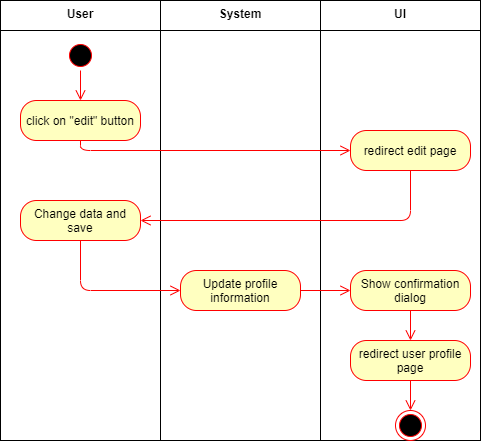
LorenzSeufert/CeangalMessenger---Documentation keeps this draw.io diagram as Diagrams/Activity Diagrams/EditUserProfileActivityDiagram.png. Above is the earlier version. Source tidied: cells renumbered, new cells last; positions are measured from the earlier drawing's top-left corner, leaving out a move shared by most shapes.
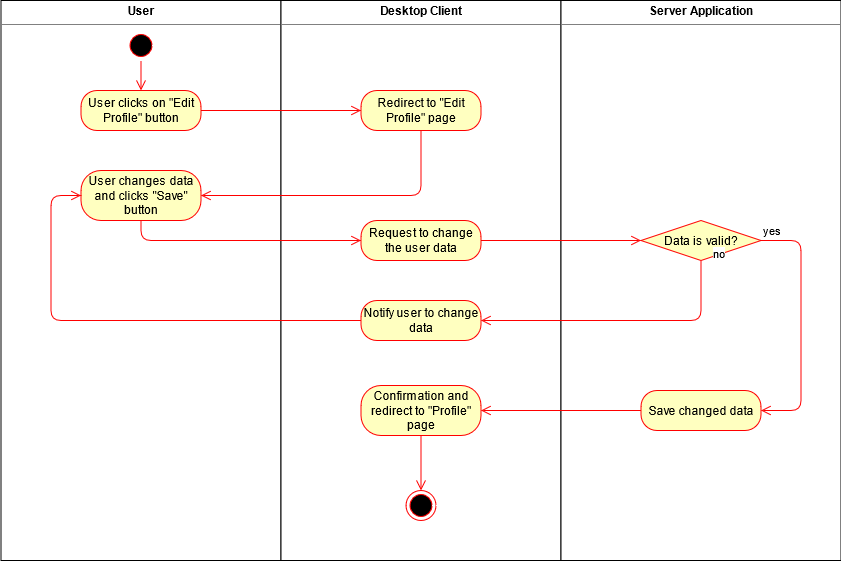
The same file after the commit.

The edit, as a diff of the source:
```diff
@@ -2,83 +2,101 @@
   <root>
     <mxCell id="0" style="html=1;" />
     <mxCell id="1" style="html=1;" parent="0" />
-    <mxCell id="2" style="shape=folder;fontStyle=1;spacingTop=10;tabWidth=160;tabHeight=30;tabPosition=left;html=1;" parent="1" vertex="1">
-      <mxGeometry width="160" height="440" as="geometry" />
-    </mxCell>
-    <mxCell id="3" value="User" style="text;align=center;fontStyle=1;verticalAlign=middle;spacingLeft=3;spacingRight=3;strokeColor=none;" parent="1" vertex="1">
-      <mxGeometry x="40" width="80" height="26" as="geometry" />
+    <mxCell id="3" value="&lt;p style=&quot;margin: 0px ; margin-top: 4px ; text-align: center&quot;&gt;&lt;b&gt;User&lt;/b&gt;&lt;br&gt;&lt;/p&gt;&lt;hr size=&quot;1&quot;&gt;" style="verticalAlign=top;align=left;overflow=fill;fontSize=12;fontFamily=Helvetica;html=1;" parent="1" vertex="1">
+      <mxGeometry x="40" width="280" height="560" as="geometry" />
     </mxCell>
-    <mxCell id="4" style="shape=folder;fontStyle=1;spacingTop=10;tabWidth=160;tabHeight=30;tabPosition=left;html=1;" parent="1" vertex="1">
-      <mxGeometry x="160" width="160" height="440" as="geometry" />
-    </mxCell>
-    <mxCell id="5" style="shape=folder;fontStyle=1;spacingTop=10;tabWidth=160;tabHeight=30;tabPosition=left;html=1;" parent="1" vertex="1">
-      <mxGeometry x="320" width="160" height="440" as="geometry" />
-    </mxCell>
-    <mxCell id="6" value="System" style="text;align=center;fontStyle=1;verticalAlign=middle;spacingLeft=3;spacingRight=3;strokeColor=none;" parent="1" vertex="1">
-      <mxGeometry x="200" width="80" height="26" as="geometry" />
-    </mxCell>
-    <mxCell id="7" value="UI" style="text;align=center;fontStyle=1;verticalAlign=middle;spacingLeft=3;spacingRight=3;strokeColor=none;" parent="1" vertex="1">
-      <mxGeometry x="360" width="80" height="26" as="geometry" />
-    </mxCell>
-    <mxCell id="8" style="ellipse;html=1;shape=startState;fillColor=#000000;strokeColor=#ff0000;" parent="1" vertex="1">
-      <mxGeometry x="65" y="40" width="30" height="30" as="geometry" />
-    </mxCell>
-    <mxCell id="9" style="edgeStyle=orthogonalEdgeStyle;html=1;verticalAlign=bottom;endArrow=open;endSize=8;strokeColor=#ff0000;" parent="1" edge="1" source="8">
-      <mxGeometry relative="1" as="geometry">
-        <mxPoint x="80" y="100" as="targetPoint" />
-      </mxGeometry>
-    </mxCell>
-    <mxCell id="10" value="click on &quot;edit&quot; button" style="rounded=1;whiteSpace=wrap;html=1;arcSize=40;fontColor=#000000;fillColor=#ffffc0;strokeColor=#ff0000;" parent="1" vertex="1">
-      <mxGeometry x="20" y="100" width="120" height="40" as="geometry" />
-    </mxCell>
-    <mxCell id="11" style="edgeStyle=orthogonalEdgeStyle;html=1;verticalAlign=bottom;endArrow=open;endSize=8;strokeColor=#ff0000;exitX=0.5;exitY=1;exitDx=0;exitDy=0;entryX=0;entryY=0.5;entryDx=0;entryDy=0;" parent="1" edge="1" source="10" target="12">
-      <mxGeometry relative="1" as="geometry">
-        <Array as="points">
-          <mxPoint x="80" y="150" />
-        </Array>
-      </mxGeometry>
-    </mxCell>
-    <mxCell id="12" value="redirect edit page" style="rounded=1;whiteSpace=wrap;html=1;arcSize=40;fontColor=#000000;fillColor=#ffffc0;strokeColor=#ff0000;" parent="1" vertex="1">
-      <mxGeometry x="350" y="130" width="120" height="40" as="geometry" />
-    </mxCell>
-    <mxCell id="13" style="edgeStyle=orthogonalEdgeStyle;html=1;verticalAlign=bottom;endArrow=open;endSize=8;strokeColor=#ff0000;entryX=1;entryY=0.5;entryDx=0;entryDy=0;" parent="1" edge="1" source="12" target="14">
-      <mxGeometry relative="1" as="geometry">
-        <Array as="points">
-          <mxPoint x="410" y="220" />
-        </Array>
-      </mxGeometry>
-    </mxCell>
-    <mxCell id="14" value="Change data and save" style="rounded=1;whiteSpace=wrap;html=1;arcSize=40;fontColor=#000000;fillColor=#ffffc0;strokeColor=#ff0000;" parent="1" vertex="1">
-      <mxGeometry x="20" y="200" width="120" height="40" as="geometry" />
-    </mxCell>
-    <mxCell id="15" style="edgeStyle=orthogonalEdgeStyle;html=1;verticalAlign=bottom;endArrow=open;endSize=8;strokeColor=#ff0000;entryX=0;entryY=0.5;entryDx=0;entryDy=0;" parent="1" edge="1" source="14">
-      <mxGeometry relative="1" as="geometry">
-        <mxPoint x="180" y="290" as="targetPoint" />
-        <Array as="points">
-          <mxPoint x="80" y="290" />
-        </Array>
-      </mxGeometry>
-    </mxCell>
-    <mxCell id="16" value="Show confirmation dialog" style="rounded=1;whiteSpace=wrap;html=1;arcSize=40;fontColor=#000000;fillColor=#ffffc0;strokeColor=#ff0000;" parent="1" vertex="1">
-      <mxGeometry x="350" y="270" width="120" height="40" as="geometry" />
-    </mxCell>
-    <mxCell id="17" style="edgeStyle=orthogonalEdgeStyle;html=1;verticalAlign=bottom;endArrow=open;endSize=8;strokeColor=#ff0000;entryX=0.5;entryY=0;entryDx=0;entryDy=0;" parent="1" edge="1" source="16" target="20">
-      <mxGeometry relative="1" as="geometry" />
-    </mxCell>
-    <mxCell id="18" value="Update profile information" style="rounded=1;whiteSpace=wrap;html=1;arcSize=40;fontColor=#000000;fillColor=#ffffc0;strokeColor=#ff0000;" parent="1" vertex="1">
-      <mxGeometry x="180" y="270" width="120" height="40" as="geometry" />
-    </mxCell>
-    <mxCell id="19" style="edgeStyle=orthogonalEdgeStyle;html=1;verticalAlign=bottom;endArrow=open;endSize=8;strokeColor=#ff0000;entryX=0;entryY=0.5;entryDx=0;entryDy=0;" parent="1" edge="1" source="18" target="16">
-      <mxGeometry relative="1" as="geometry" />
-    </mxCell>
-    <mxCell id="20" value="redirect user profile page" style="rounded=1;whiteSpace=wrap;html=1;arcSize=40;fontColor=#000000;fillColor=#ffffc0;strokeColor=#ff0000;" parent="1" vertex="1">
-      <mxGeometry x="350" y="340" width="120" height="40" as="geometry" />
-    </mxCell>
-    <mxCell id="21" style="edgeStyle=orthogonalEdgeStyle;html=1;verticalAlign=bottom;endArrow=open;endSize=8;strokeColor=#ff0000;entryX=0.5;entryY=0;entryDx=0;entryDy=0;" parent="1" edge="1" source="20" target="22">
-      <mxGeometry relative="1" as="geometry" />
-    </mxCell>
-    <mxCell id="22" style="ellipse;html=1;shape=endState;fillColor=#000000;strokeColor=#ff0000;" parent="1" vertex="1">
-      <mxGeometry x="395" y="410" width="30" height="30" as="geometry" />
-    </mxCell>
+    <mxCell id="23" value="&lt;p style=&quot;margin: 0px ; margin-top: 4px ; text-align: center&quot;&gt;&lt;b&gt;Desktop Client&lt;/b&gt;&lt;br&gt;&lt;/p&gt;&lt;hr size=&quot;1&quot;&gt;&lt;div style=&quot;height: 2px&quot;&gt;&lt;/div&gt;" style="verticalAlign=top;align=left;overflow=fill;fontSize=12;fontFamily=Helvetica;html=1;" parent="1" vertex="1">
+      <mxGeometry x="320" width="280" height="560" as="geometry" />
+    </mxCell>
+    <mxCell id="24" value="&lt;p style=&quot;margin: 0px ; margin-top: 4px ; text-align: center&quot;&gt;&lt;b&gt;Server Application&lt;/b&gt;&lt;br&gt;&lt;/p&gt;&lt;hr size=&quot;1&quot;&gt;&lt;div style=&quot;height: 2px&quot;&gt;&lt;/div&gt;" style="verticalAlign=top;align=left;overflow=fill;fontSize=12;fontFamily=Helvetica;html=1;" parent="1" vertex="1">
+      <mxGeometry x="600" width="280" height="560" as="geometry" />
+    </mxCell>
+    <mxCell id="25" style="ellipse;html=1;shape=startState;fillColor=#000000;strokeColor=#ff0000;" parent="1" vertex="1">
+      <mxGeometry x="165" y="30" width="30" height="30" as="geometry" />
+    </mxCell>
+    <mxCell id="26" style="edgeStyle=orthogonalEdgeStyle;html=1;verticalAlign=bottom;endArrow=open;endSize=8;strokeColor=#ff0000;" parent="1" edge="1" source="25">
+      <mxGeometry relative="1" as="geometry">
+        <mxPoint x="180" y="90" as="targetPoint" />
+      </mxGeometry>
+    </mxCell>
+    <mxCell id="27" value="User clicks on &quot;Edit Profile&quot; button" style="rounded=1;whiteSpace=wrap;html=1;arcSize=40;fontColor=#000000;fillColor=#ffffc0;strokeColor=#ff0000;" parent="1" vertex="1">
+      <mxGeometry x="120" y="90" width="120" height="40" as="geometry" />
+    </mxCell>
+    <mxCell id="28" style="edgeStyle=orthogonalEdgeStyle;html=1;verticalAlign=bottom;endArrow=open;endSize=8;strokeColor=#ff0000;" parent="1" edge="1" source="27" target="29">
+      <mxGeometry relative="1" as="geometry" />
+    </mxCell>
+    <mxCell id="29" value="Redirect to &quot;Edit Profile&quot; page" style="rounded=1;whiteSpace=wrap;html=1;arcSize=40;fontColor=#000000;fillColor=#ffffc0;strokeColor=#ff0000;" parent="1" vertex="1">
+      <mxGeometry x="400" y="90" width="120" height="40" as="geometry" />
+    </mxCell>
+    <mxCell id="30" style="edgeStyle=orthogonalEdgeStyle;html=1;verticalAlign=bottom;endArrow=open;endSize=8;strokeColor=#ff0000;entryX=1;entryY=0.5;entryDx=0;entryDy=0;" parent="1" edge="1" source="29" target="31">
+      <mxGeometry relative="1" as="geometry">
+        <Array as="points">
+          <mxPoint x="460" y="195" />
+        </Array>
+      </mxGeometry>
+    </mxCell>
+    <mxCell id="31" value="User changes data and clicks &quot;Save&quot; button" style="rounded=1;whiteSpace=wrap;html=1;arcSize=40;fontColor=#000000;fillColor=#ffffc0;strokeColor=#ff0000;" parent="1" vertex="1">
+      <mxGeometry x="120" y="170" width="120" height="50" as="geometry" />
+    </mxCell>
+    <mxCell id="32" style="edgeStyle=orthogonalEdgeStyle;html=1;verticalAlign=bottom;endArrow=open;endSize=8;strokeColor=#ff0000;" parent="1" edge="1" source="31" target="33">
+      <mxGeometry relative="1" as="geometry">
+        <Array as="points">
+          <mxPoint x="180" y="240" />
+        </Array>
+      </mxGeometry>
+    </mxCell>
+    <mxCell id="33" value="Request to change the user data" style="rounded=1;whiteSpace=wrap;html=1;arcSize=40;fontColor=#000000;fillColor=#ffffc0;strokeColor=#ff0000;" parent="1" vertex="1">
+      <mxGeometry x="400" y="220" width="120" height="40" as="geometry" />
+    </mxCell>
+    <mxCell id="34" style="edgeStyle=orthogonalEdgeStyle;html=1;verticalAlign=bottom;endArrow=open;endSize=8;strokeColor=#ff0000;entryX=0;entryY=0.5;entryDx=0;entryDy=0;" parent="1" edge="1" source="33" target="35">
+      <mxGeometry relative="1" as="geometry" />
+    </mxCell>
+    <mxCell id="35" value="Data is valid?" style="rhombus;whiteSpace=wrap;html=1;fillColor=#ffffc0;strokeColor=#ff0000;" parent="1" vertex="1">
+      <mxGeometry x="680" y="220" width="120" height="40" as="geometry" />
+    </mxCell>
+    <mxCell id="36" value="yes" style="edgeStyle=orthogonalEdgeStyle;html=1;align=left;verticalAlign=bottom;endArrow=open;endSize=8;strokeColor=#ff0000;entryX=1;entryY=0.5;entryDx=0;entryDy=0;" parent="1" edge="1" source="35" target="40">
+      <mxGeometry x="-1" relative="1" as="geometry">
+        <Array as="points">
+          <mxPoint x="840" y="240" />
+          <mxPoint x="840" y="410" />
+        </Array>
+      </mxGeometry>
+    </mxCell>
+    <mxCell id="37" value="no" style="edgeStyle=orthogonalEdgeStyle;html=1;align=left;verticalAlign=top;endArrow=open;endSize=8;strokeColor=#ff0000;entryX=1;entryY=0.5;entryDx=0;entryDy=0;" parent="1" edge="1" source="35" target="38">
+      <mxGeometry x="-1" y="22" relative="1" as="geometry">
+        <Array as="points">
+          <mxPoint x="740" y="320" />
+        </Array>
+        <mxPoint x="-12" y="-20" as="offset" />
+      </mxGeometry>
+    </mxCell>
+    <mxCell id="38" value="Notify user to change data" style="rounded=1;whiteSpace=wrap;html=1;arcSize=40;fontColor=#000000;fillColor=#ffffc0;strokeColor=#ff0000;" parent="1" vertex="1">
+      <mxGeometry x="400" y="300" width="120" height="40" as="geometry" />
+    </mxCell>
+    <mxCell id="39" style="edgeStyle=orthogonalEdgeStyle;html=1;verticalAlign=bottom;endArrow=open;endSize=8;strokeColor=#ff0000;entryX=0;entryY=0.5;entryDx=0;entryDy=0;" parent="1" edge="1" source="38" target="31">
+      <mxGeometry relative="1" as="geometry">
+        <Array as="points">
+          <mxPoint x="90" y="320" />
+          <mxPoint x="90" y="195" />
+        </Array>
+      </mxGeometry>
+    </mxCell>
+    <mxCell id="40" value="Save changed data" style="rounded=1;whiteSpace=wrap;html=1;arcSize=40;fontColor=#000000;fillColor=#ffffc0;strokeColor=#ff0000;" parent="1" vertex="1">
+      <mxGeometry x="680" y="390" width="120" height="40" as="geometry" />
+    </mxCell>
+    <mxCell id="41" style="edgeStyle=orthogonalEdgeStyle;html=1;verticalAlign=bottom;endArrow=open;endSize=8;strokeColor=#ff0000;" parent="1" edge="1" source="40" target="42">
+      <mxGeometry relative="1" as="geometry" />
+    </mxCell>
+    <mxCell id="42" value="Confirmation and redirect to &quot;Profile&quot; page" style="rounded=1;whiteSpace=wrap;html=1;arcSize=40;fontColor=#000000;fillColor=#ffffc0;strokeColor=#ff0000;" parent="1" vertex="1">
+      <mxGeometry x="400" y="385" width="120" height="50" as="geometry" />
+    </mxCell>
+    <mxCell id="43" style="edgeStyle=orthogonalEdgeStyle;html=1;verticalAlign=bottom;endArrow=open;endSize=8;strokeColor=#ff0000;" parent="1" edge="1" source="42">
+      <mxGeometry relative="1" as="geometry">
+        <mxPoint x="460" y="490" as="targetPoint" />
+      </mxGeometry>
+    </mxCell>
+    <mxCell id="44" style="ellipse;html=1;shape=endState;fillColor=#000000;strokeColor=#ff0000;" parent="1" vertex="1">
+      <mxGeometry x="445" y="490" width="30" height="30" as="geometry" />
+    </mxCell>
   </root>
 </mxGraphModel>
```
